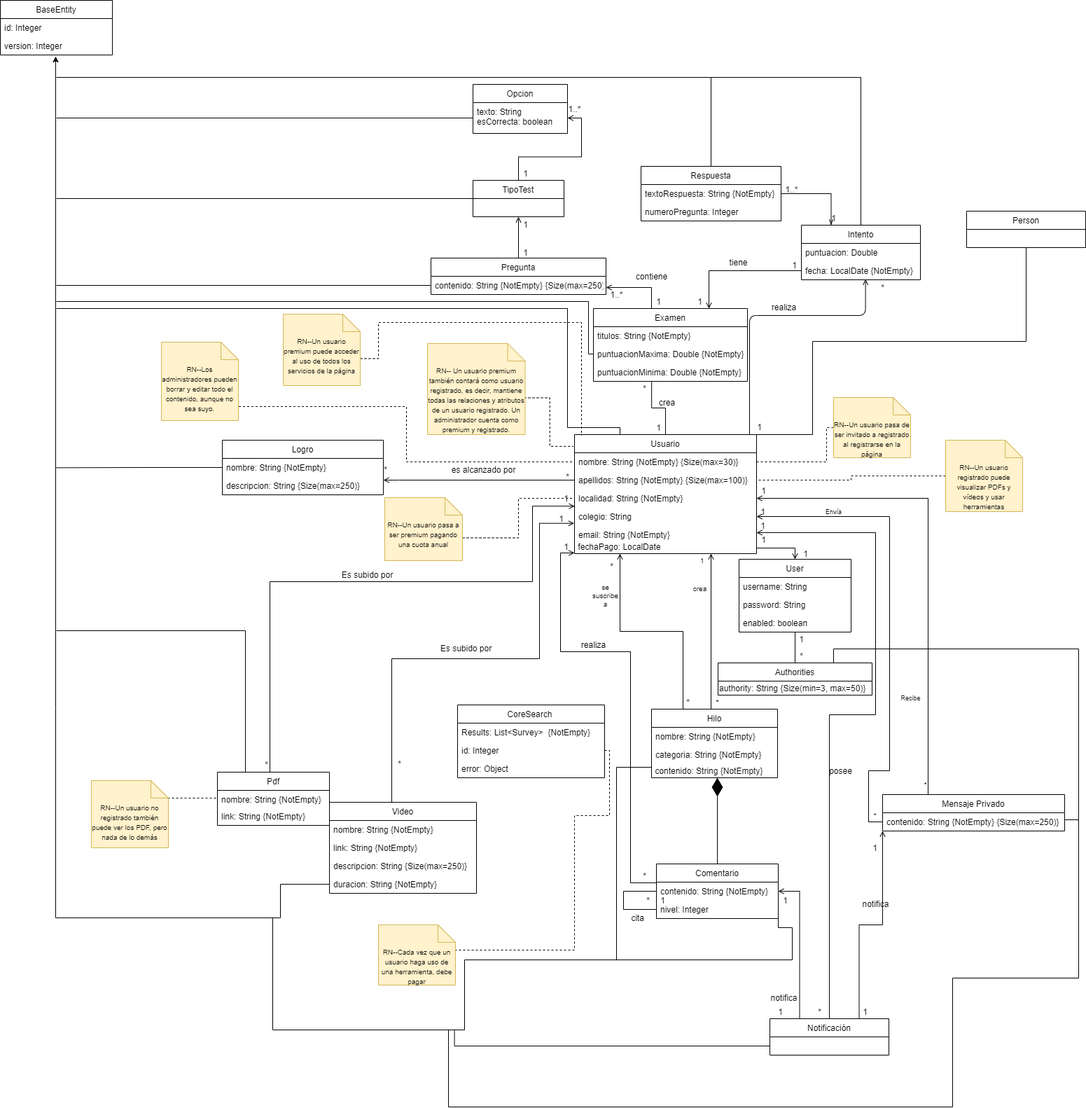
The draw.io diagram Diagrama de dominio.png in gii-is-DP1/dp1-2020-g2-13, before a commit. Source tidied: cells renumbered, new cells last; positions are measured from the earlier drawing's top-left corner, leaving out a move shared by most shapes.
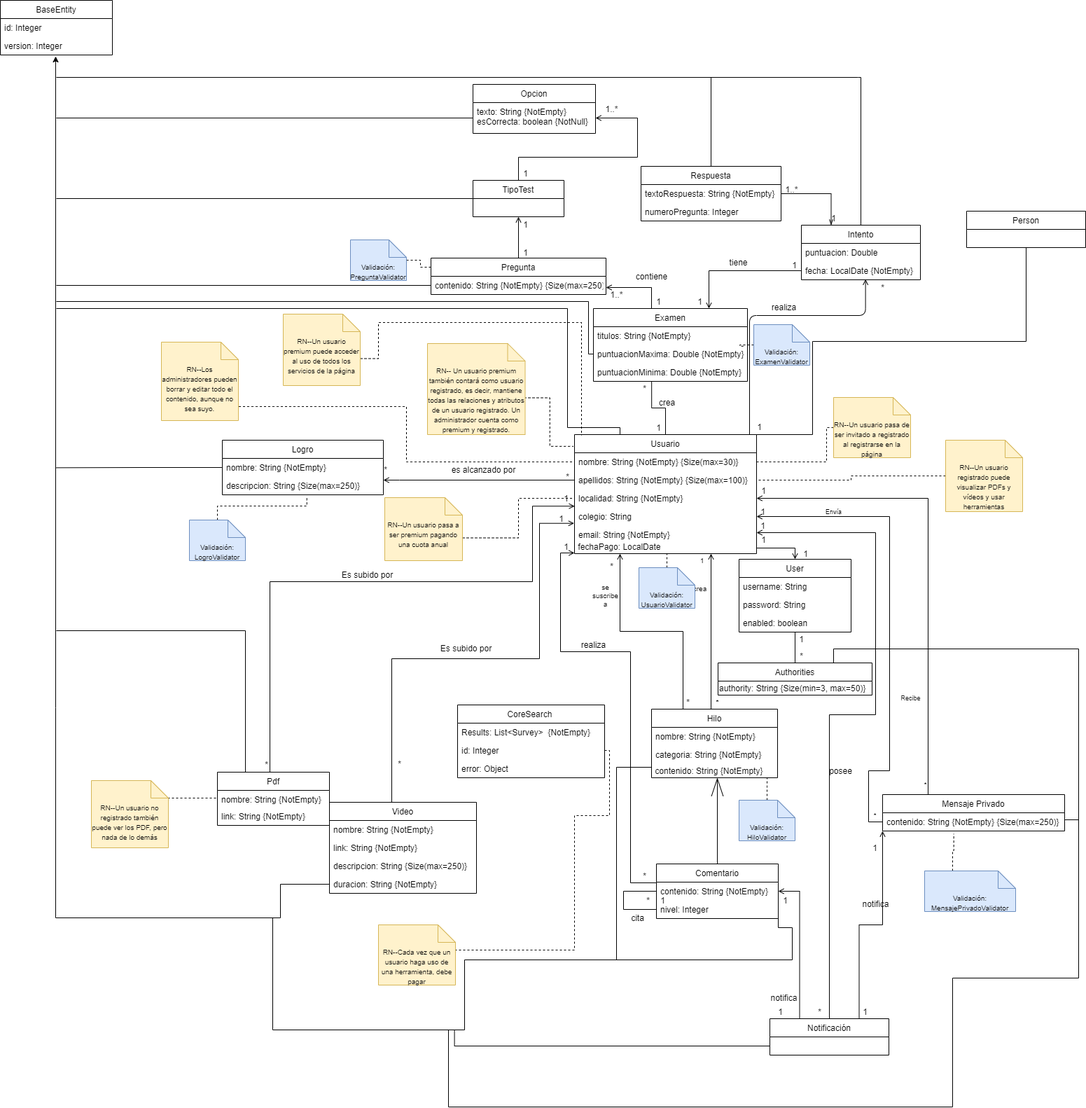
The same file after the commit.

Commit message:
Diagrama dominio + validators

What changed in the source:
```diff
@@ -318,15 +318,15 @@
       <mxGeometry x="675" y="257" width="130" height="52" as="geometry" />
     </mxCell>
     <mxCell id="84" value="Opcion" style="swimlane;fontStyle=0;horizontal=1;startSize=26;fillColor=none;" parent="1" vertex="1">
-      <mxGeometry x="675" y="120" width="135" height="70" as="geometry" />
+      <mxGeometry x="675" y="120" width="175" height="70" as="geometry" />
     </mxCell>
-    <mxCell id="85" value="texto: String&#10;esCorrecta: boolean" style="text;strokeColor=none;fillColor=none;align=left;verticalAlign=top;spacingLeft=4;spacingRight=4;overflow=hidden;points=[[0,0.5],[1,0.5]];portConstraint=eastwest;" parent="84" vertex="1">
-      <mxGeometry y="26" width="135" height="44" as="geometry" />
+    <mxCell id="85" value="texto: String {NotEmpty}&#10;esCorrecta: boolean {NotNull}" style="text;strokeColor=none;fillColor=none;align=left;verticalAlign=top;spacingLeft=4;spacingRight=4;overflow=hidden;points=[[0,0.5],[1,0.5]];portConstraint=eastwest;" parent="84" vertex="1">
+      <mxGeometry y="26" width="175" height="44" as="geometry" />
     </mxCell>
     <mxCell id="86" style="edgeStyle=orthogonalEdgeStyle;rounded=0;jettySize=auto;html=1;entryX=0.25;entryY=0;entryDx=0;entryDy=0;endArrow=none;endFill=0;exitX=1;exitY=0.5;exitDx=0;exitDy=0;startArrow=open;startFill=0;" parent="1" edge="1" source="8" target="68">
       <mxGeometry relative="1" as="geometry" />
     </mxCell>
-    <mxCell id="87" style="endArrow=diamondThin;endFill=1;endSize=24;html=1;exitX=0.5;exitY=0;exitDx=0;exitDy=0;" parent="1" edge="1" source="31">
+    <mxCell id="87" style="endArrow=openThin;endFill=0;endSize=24;html=1;exitX=0.5;exitY=0;exitDx=0;exitDy=0;" parent="1" edge="1" source="31">
       <mxGeometry relative="1" as="geometry">
         <mxPoint x="1024" y="1110" as="targetPoint" />
       </mxGeometry>
@@ -568,13 +568,19 @@
       </mxGeometry>
     </mxCell>
     <mxCell id="145" style="edgeStyle=orthogonalEdgeStyle;rounded=0;jettySize=auto;html=1;exitX=1;exitY=0.5;exitDx=0;exitDy=0;entryX=0.5;entryY=0;entryDx=0;entryDy=0;startArrow=open;startFill=0;endArrow=none;endFill=0;" parent="1" edge="1" source="85" target="83">
-      <mxGeometry relative="1" as="geometry" />
+      <mxGeometry relative="1" as="geometry">
+        <Array as="points">
+          <mxPoint x="910" y="168" />
+          <mxPoint x="910" y="224" />
+          <mxPoint x="740" y="224" />
+        </Array>
+      </mxGeometry>
     </mxCell>
     <mxCell id="146" value="1" style="text;html=1;align=center;verticalAlign=middle;" parent="1" vertex="1">
       <mxGeometry x="740" y="237" width="20" height="20" as="geometry" />
     </mxCell>
     <mxCell id="147" value="1..*" style="text;html=1;align=center;verticalAlign=middle;" parent="1" vertex="1">
-      <mxGeometry x="805" y="145" width="30" height="20" as="geometry" />
+      <mxGeometry x="858" y="145" width="30" height="20" as="geometry" />
     </mxCell>
     <mxCell id="148" value="1" style="text;html=1;align=center;verticalAlign=middle;" parent="1" vertex="1">
       <mxGeometry x="740" y="350" width="20" height="20" as="geometry" />
@@ -686,5 +692,51 @@
     <mxCell id="170" value="realiza" style="text;html=1;align=center;verticalAlign=middle;" parent="1" vertex="1">
       <mxGeometry x="1094" y="428" width="50" height="20" as="geometry" />
     </mxCell>
+    <mxCell id="171" style="edgeStyle=orthogonalEdgeStyle;rounded=0;jettySize=auto;html=1;entryX=0.986;entryY=0.07;entryDx=0;entryDy=0;entryPerimeter=0;endArrow=none;endFill=0;dashed=1;" parent="1" edge="1" source="172" target="37">
+      <mxGeometry relative="1" as="geometry" />
+    </mxCell>
+    <mxCell id="172" value="&lt;span style=&quot;font-size: 10px&quot;&gt;Validación: ExamenValidator&lt;br&gt;&lt;br&gt;&lt;/span&gt;" style="shape=note2;boundedLbl=1;whiteSpace=wrap;html=1;size=25;verticalAlign=top;align=center;fillColor=#dae8fc;strokeColor=#6c8ebf;" parent="1" vertex="1">
+      <mxGeometry x="1076" y="463" width="80" height="58" as="geometry" />
+    </mxCell>
+    <mxCell id="173" style="edgeStyle=orthogonalEdgeStyle;rounded=0;jettySize=auto;html=1;entryX=0;entryY=0.25;entryDx=0;entryDy=0;dashed=1;endArrow=none;endFill=0;" parent="1" edge="1" source="174" target="23">
+      <mxGeometry relative="1" as="geometry" />
+    </mxCell>
+    <mxCell id="174" value="&lt;span style=&quot;font-size: 10px&quot;&gt;Validación: PreguntaValidator&lt;br&gt;&lt;br&gt;&lt;/span&gt;" style="shape=note2;boundedLbl=1;whiteSpace=wrap;html=1;size=25;verticalAlign=top;align=center;fillColor=#dae8fc;strokeColor=#6c8ebf;" parent="1" vertex="1">
+      <mxGeometry x="500" y="342" width="80" height="58" as="geometry" />
+    </mxCell>
+    <mxCell id="175" style="edgeStyle=orthogonalEdgeStyle;rounded=0;jettySize=auto;html=1;entryX=0.525;entryY=1.063;entryDx=0;entryDy=0;entryPerimeter=0;dashed=1;endArrow=none;endFill=0;" parent="1" edge="1" source="176" target="49">
+      <mxGeometry relative="1" as="geometry">
+        <Array as="points">
+          <mxPoint x="310" y="722" />
+          <mxPoint x="438" y="722" />
+        </Array>
+      </mxGeometry>
+    </mxCell>
+    <mxCell id="176" value="&lt;span style=&quot;font-size: 10px&quot;&gt;Validación: LogroValidator&lt;br&gt;&lt;br&gt;&lt;/span&gt;" style="shape=note2;boundedLbl=1;whiteSpace=wrap;html=1;size=25;verticalAlign=top;align=center;fillColor=#dae8fc;strokeColor=#6c8ebf;" parent="1" vertex="1">
+      <mxGeometry x="270" y="742" width="80" height="58" as="geometry" />
+    </mxCell>
+    <mxCell id="177" style="edgeStyle=orthogonalEdgeStyle;rounded=0;jettySize=auto;html=1;entryX=0.5;entryY=1;entryDx=0;entryDy=0;dashed=1;endArrow=none;endFill=0;" parent="1" edge="1" source="178" target="11">
+      <mxGeometry relative="1" as="geometry" />
+    </mxCell>
+    <mxCell id="178" value="&lt;span style=&quot;font-size: 10px&quot;&gt;Validación: UsuarioValidator&lt;br&gt;&lt;br&gt;&lt;/span&gt;" style="shape=note2;boundedLbl=1;whiteSpace=wrap;html=1;size=25;verticalAlign=top;align=center;fillColor=#dae8fc;strokeColor=#6c8ebf;" parent="1" vertex="1">
+      <mxGeometry x="912" y="810" width="80" height="58" as="geometry" />
+    </mxCell>
+    <mxCell id="179" style="edgeStyle=orthogonalEdgeStyle;rounded=0;jettySize=auto;html=1;entryX=0.917;entryY=1;entryDx=0;entryDy=0;entryPerimeter=0;dashed=1;endArrow=none;endFill=0;" parent="1" edge="1" source="180" target="30">
+      <mxGeometry relative="1" as="geometry" />
+    </mxCell>
+    <mxCell id="180" value="&lt;span style=&quot;font-size: 10px&quot;&gt;Validación: HiloValidator&lt;br&gt;&lt;br&gt;&lt;/span&gt;" style="shape=note2;boundedLbl=1;whiteSpace=wrap;html=1;size=25;verticalAlign=top;align=center;fillColor=#dae8fc;strokeColor=#6c8ebf;" parent="1" vertex="1">
+      <mxGeometry x="1055" y="1142" width="80" height="58" as="geometry" />
+    </mxCell>
+    <mxCell id="181" style="edgeStyle=orthogonalEdgeStyle;rounded=0;jettySize=auto;html=1;entryX=0.391;entryY=1.16;entryDx=0;entryDy=0;entryPerimeter=0;dashed=1;endArrow=none;endFill=0;" parent="1" edge="1" source="182" target="69">
+      <mxGeometry relative="1" as="geometry">
+        <Array as="points">
+          <mxPoint x="1360" y="1214" />
+          <mxPoint x="1362" y="1214" />
+        </Array>
+      </mxGeometry>
+    </mxCell>
+    <mxCell id="182" value="&lt;span style=&quot;font-size: 10px&quot;&gt;Validación: MensajePrivadoValidator&lt;br&gt;&lt;br&gt;&lt;/span&gt;" style="shape=note2;boundedLbl=1;whiteSpace=wrap;html=1;size=25;verticalAlign=top;align=center;fillColor=#dae8fc;strokeColor=#6c8ebf;" parent="1" vertex="1">
+      <mxGeometry x="1320" y="1243" width="130" height="58" as="geometry" />
+    </mxCell>
   </root>
 </mxGraphModel>
```
